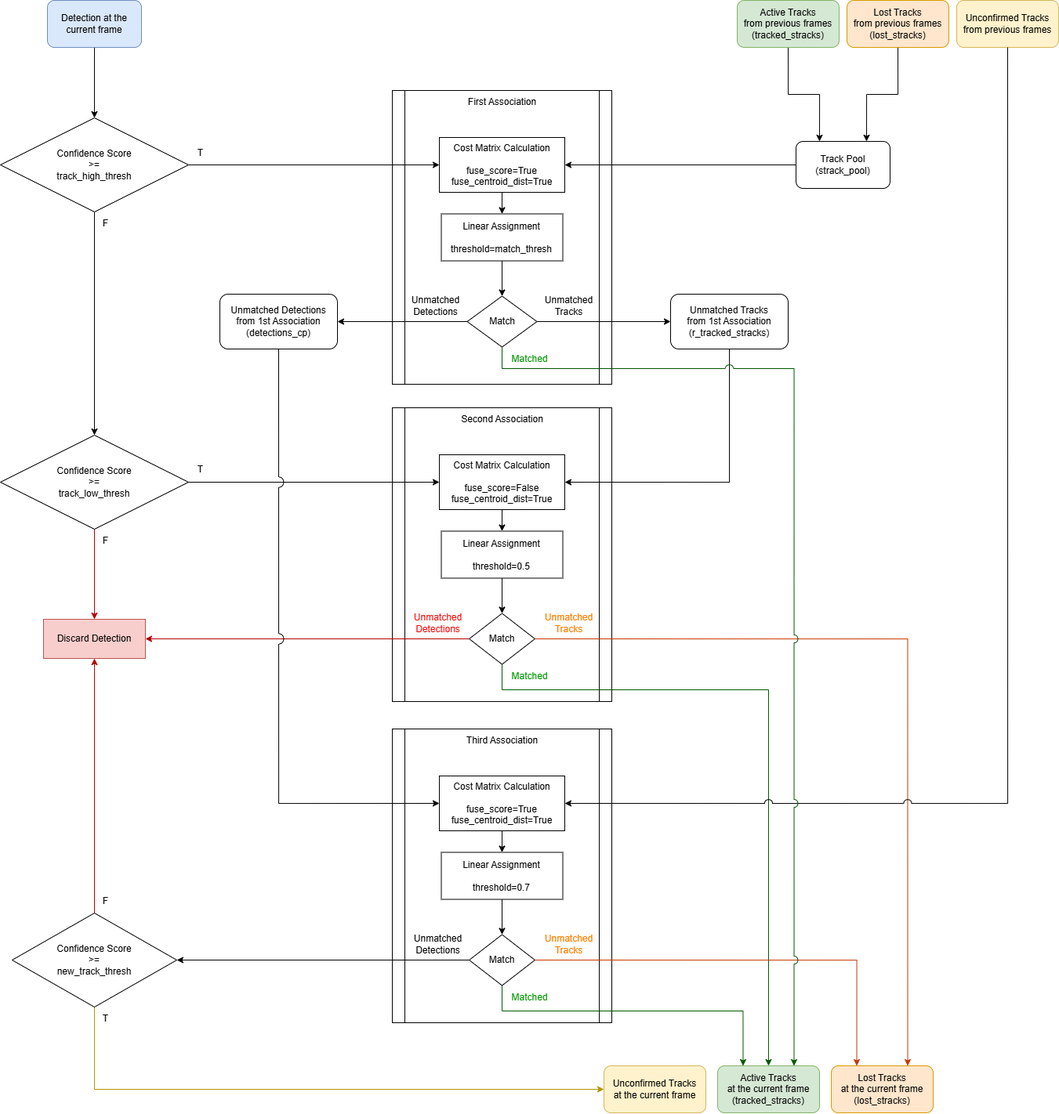
junhui-ng/ByteTrack-CPP keeps this draw.io diagram as assets/ByteTrack_flow.png. Above is the earlier version. Source tidied: cells renumbered, new cells last; positions are measured from the earlier drawing's top-left corner, leaving out a move shared by most shapes.
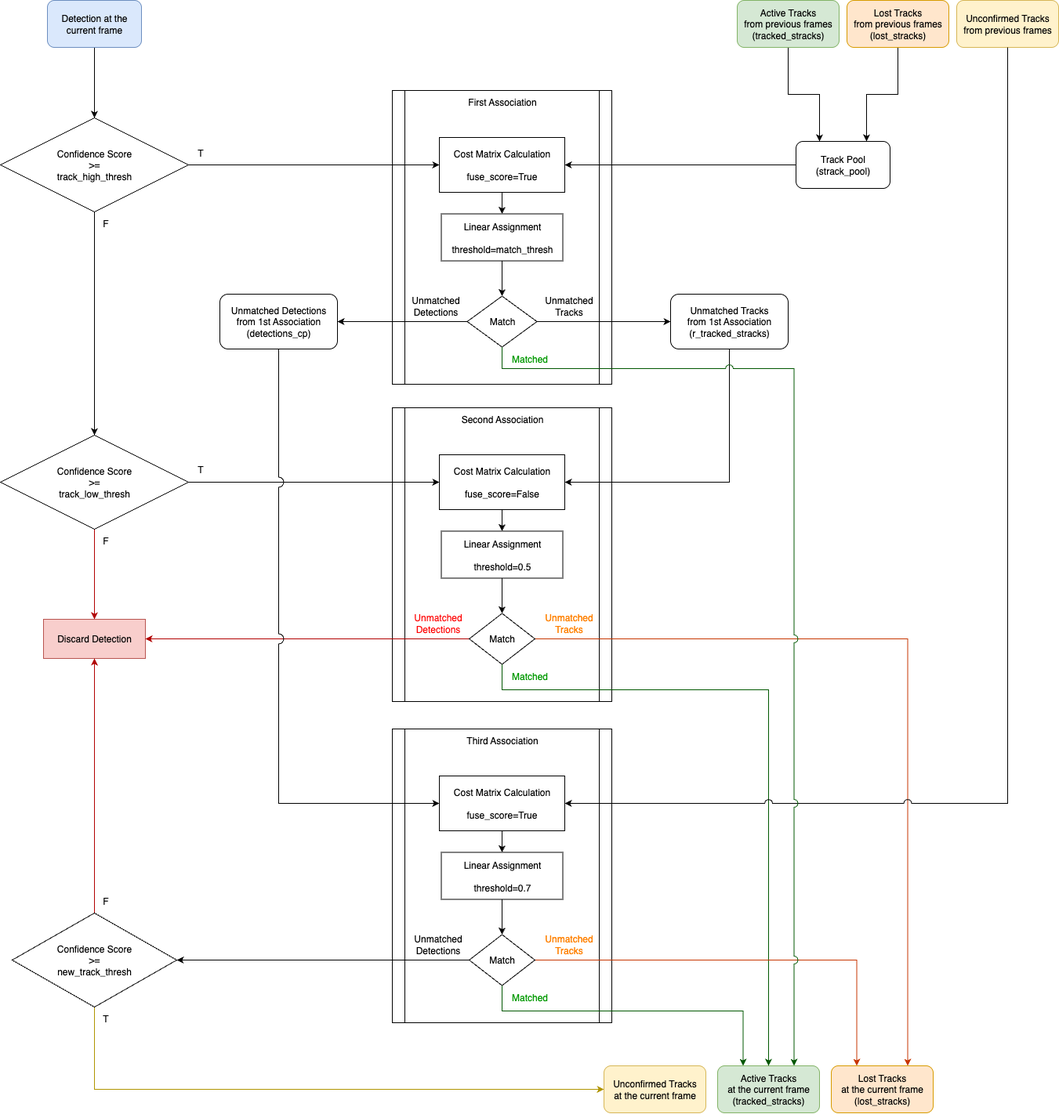
The same diagram one commit later.

Commit message:
Update flow diagram

What changed in the source:
```diff
@@ -74,7 +74,7 @@
     <mxCell id="25" style="edgeStyle=orthogonalEdgeStyle;rounded=0;jettySize=auto;html=1;exitX=0.5;exitY=1;exitDx=0;exitDy=0;entryX=0.5;entryY=0;entryDx=0;entryDy=0;" parent="1" edge="1" source="26" target="28">
       <mxGeometry relative="1" as="geometry" />
     </mxCell>
-    <mxCell id="26" value="Cost Matrix Calculation&lt;div&gt;&lt;br&gt;fuse_score=True&lt;div&gt;fuse_centroid_dist=True&lt;/div&gt;&lt;/div&gt;" style="rounded=0;whiteSpace=wrap;html=1;" parent="1" vertex="1">
+    <mxCell id="26" value="Cost Matrix Calculation&lt;div&gt;&lt;br&gt;fuse_score=True&lt;/div&gt;" style="rounded=0;whiteSpace=wrap;html=1;" parent="1" vertex="1">
       <mxGeometry x="560" y="175" width="160" height="70" as="geometry" />
     </mxCell>
     <mxCell id="27" style="edgeStyle=orthogonalEdgeStyle;rounded=0;jettySize=auto;html=1;exitX=0.5;exitY=1;exitDx=0;exitDy=0;entryX=0.5;entryY=0;entryDx=0;entryDy=0;" parent="1" edge="1" source="28" target="31">
@@ -116,7 +116,7 @@
     <mxCell id="39" style="edgeStyle=orthogonalEdgeStyle;rounded=0;jettySize=auto;html=1;exitX=0.5;exitY=1;exitDx=0;exitDy=0;entryX=0.5;entryY=0;entryDx=0;entryDy=0;" parent="1" edge="1" source="40" target="42">
       <mxGeometry relative="1" as="geometry" />
     </mxCell>
-    <mxCell id="40" value="Cost Matrix Calculation&lt;div&gt;&lt;br&gt;fuse_score=False&lt;div&gt;fuse_centroid_dist=True&lt;/div&gt;&lt;/div&gt;" style="rounded=0;whiteSpace=wrap;html=1;" parent="1" vertex="1">
+    <mxCell id="40" value="Cost Matrix Calculation&lt;div&gt;&lt;br&gt;fuse_score=False&lt;/div&gt;" style="rounded=0;whiteSpace=wrap;html=1;" parent="1" vertex="1">
       <mxGeometry x="560" y="580" width="160" height="70" as="geometry" />
     </mxCell>
     <mxCell id="41" style="edgeStyle=orthogonalEdgeStyle;rounded=0;jettySize=auto;html=1;exitX=0.5;exitY=1;exitDx=0;exitDy=0;entryX=0.5;entryY=0;entryDx=0;entryDy=0;" parent="1" edge="1" source="42" target="46">
@@ -157,7 +157,7 @@
     <mxCell id="51" style="edgeStyle=orthogonalEdgeStyle;rounded=0;jettySize=auto;html=1;exitX=0.5;exitY=1;exitDx=0;exitDy=0;entryX=0.5;entryY=0;entryDx=0;entryDy=0;" parent="1" edge="1" source="52" target="54">
       <mxGeometry relative="1" as="geometry" />
     </mxCell>
-    <mxCell id="52" value="Cost Matrix Calculation&lt;div&gt;&lt;br&gt;fuse_score=True&lt;div&gt;fuse_centroid_dist=True&lt;/div&gt;&lt;/div&gt;" style="rounded=0;whiteSpace=wrap;html=1;" parent="1" vertex="1">
+    <mxCell id="52" value="Cost Matrix Calculation&lt;div&gt;&lt;br&gt;fuse_score=True&lt;/div&gt;" style="rounded=0;whiteSpace=wrap;html=1;" parent="1" vertex="1">
       <mxGeometry x="560" y="990" width="160" height="70" as="geometry" />
     </mxCell>
     <mxCell id="53" style="edgeStyle=orthogonalEdgeStyle;rounded=0;jettySize=auto;html=1;exitX=0.5;exitY=1;exitDx=0;exitDy=0;entryX=0.5;entryY=0;entryDx=0;entryDy=0;" parent="1" edge="1" source="54" target="58">
```
